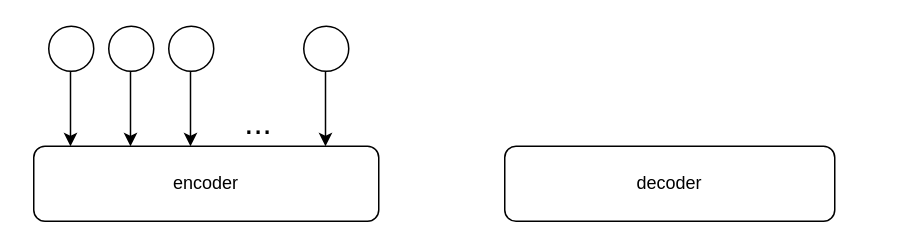
The draw.io diagram 毕设-后端算法框架.drawio in Kakoyi945/cloud, before the edit. Source tidied: cells renumbered, new cells numbered last; positions are measured from the earlier drawing's top-left corner, leaving out a move shared by most shapes. Both pictures are drawn from the tidied source at 150%, with x=0, y=0 at pixel (33, 26).
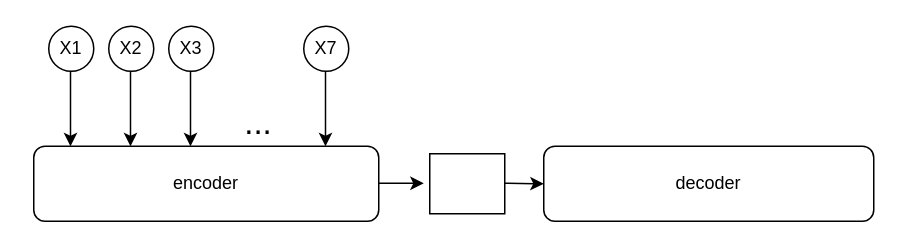
Above is the later version.

Commit message (it also covers changes not shown here):
更新毕设-后端算法框架.drawio

Change to the diagram source:
```diff
@@
     <mxCell id="3" value="decoder" style="rounded=1;whiteSpace=wrap;html=1;" parent="1" vertex="1">
-      <mxGeometry x="314" y="80" width="220" height="50" as="geometry" />
+      <mxGeometry x="340" y="80" width="220" height="50" as="geometry" />
     </mxCell>
@@
+    <mxCell id="13" style="endArrow=classic;html=1;rounded=0;" parent="1" edge="1">
+      <mxGeometry relative="1" as="geometry">
+        <mxPoint x="230" y="104.7" as="sourcePoint" />
+        <mxPoint x="260" y="104.7" as="targetPoint" />
+      </mxGeometry>
+    </mxCell>
+    <mxCell id="14" style="rounded=0;whiteSpace=wrap;html=1;" parent="1" vertex="1">
+      <mxGeometry x="264" y="85" width="50" height="40" as="geometry" />
+    </mxCell>
+    <mxCell id="15" style="endArrow=classic;html=1;rounded=0;" parent="1" edge="1">
+      <mxGeometry relative="1" as="geometry">
+        <mxPoint x="314" y="104.7" as="sourcePoint" />
+        <mxPoint x="340" y="105" as="targetPoint" />
+      </mxGeometry>
+    </mxCell>
+    <mxCell id="16" value="X1" style="text;html=1;align=center;verticalAlign=middle;whiteSpace=wrap;rounded=0;" parent="1" vertex="1">
+      <mxGeometry x="-5" width="60" height="30" as="geometry" />
+    </mxCell>
+    <mxCell id="17" value="X2" style="text;html=1;align=center;verticalAlign=middle;whiteSpace=wrap;rounded=0;" parent="1" vertex="1">
+      <mxGeometry x="35" width="60" height="30" as="geometry" />
+    </mxCell>
+    <mxCell id="18" value="X3" style="text;html=1;align=center;verticalAlign=middle;whiteSpace=wrap;rounded=0;" parent="1" vertex="1">
+      <mxGeometry x="75" width="60" height="30" as="geometry" />
+    </mxCell>
+    <mxCell id="19" value="X7" style="text;html=1;align=center;verticalAlign=middle;whiteSpace=wrap;rounded=0;" parent="1" vertex="1">
+      <mxGeometry x="165" width="60" height="30" as="geometry" />
+    </mxCell>
```
